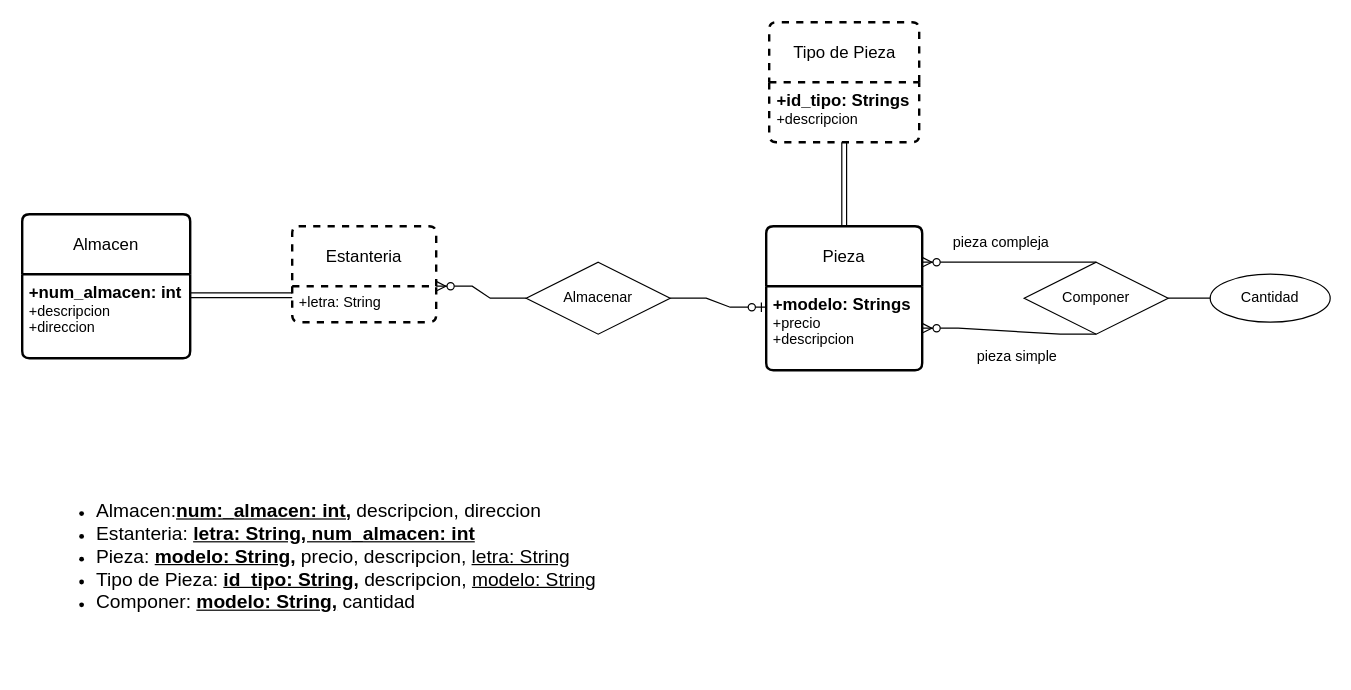
Before: ejercicio5.drawio in AsierGArranz/aga-sru-sa-t-UD12DiagramaER-11102023, a draw.io diagram. Source tidied: cells renumbered, new cells numbered last; positions are measured from the earlier drawing's top-left corner, leaving out a move shared by most shapes. Both pictures are drawn from the tidied source at 120%, with x=0, y=0 at pixel (22, 22).
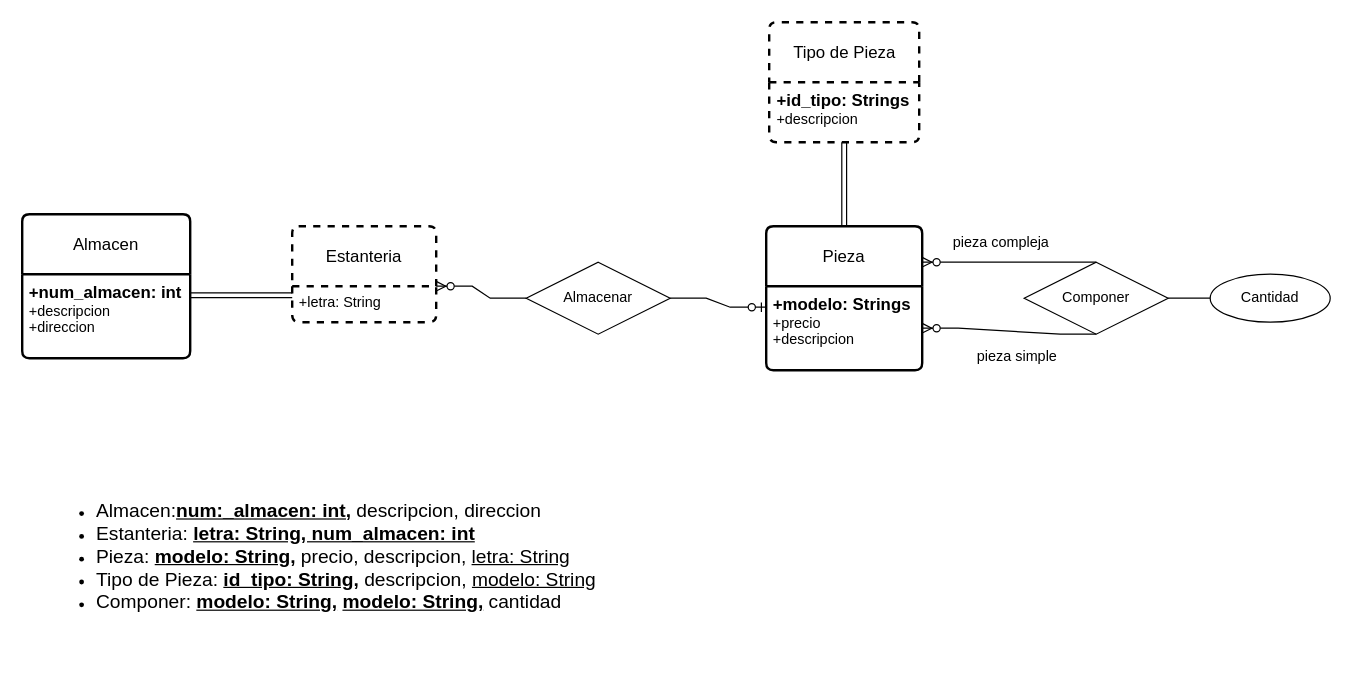
The same diagram, later.

What changed in the source:
```diff
@@
-    <mxCell id="22" value="&lt;ul&gt;&lt;li&gt;&lt;span style=&quot;font-size: 16px;&quot;&gt;Almacen:&lt;u style=&quot;font-weight: bold;&quot;&gt;num:_almacen: int,&lt;/u&gt;&amp;nbsp;descripcion, direccion&lt;/span&gt;&lt;/li&gt;&lt;li&gt;&lt;span style=&quot;font-size: 16px;&quot;&gt;Estanteria: &lt;b&gt;&lt;u&gt;letra: String, num_almacen: int&lt;/u&gt;&lt;/b&gt;&lt;/span&gt;&lt;/li&gt;&lt;li&gt;&lt;span style=&quot;font-size: 16px;&quot;&gt;Pieza: &lt;u style=&quot;font-weight: bold;&quot;&gt;modelo: String,&lt;/u&gt;&amp;nbsp;precio, descripcion, &lt;u&gt;letra: String&lt;/u&gt;&lt;/span&gt;&lt;/li&gt;&lt;li&gt;&lt;span style=&quot;font-size: 16px;&quot;&gt;Tipo de Pieza: &lt;u style=&quot;font-weight: bold;&quot;&gt;id_tipo: String,&lt;/u&gt;&amp;nbsp;descripcion, &lt;u&gt;modelo: String&lt;/u&gt;&lt;/span&gt;&lt;/li&gt;&lt;li&gt;&lt;span style=&quot;font-size: 16px;&quot;&gt;Componer: &lt;u style=&quot;font-weight: bold;&quot;&gt;modelo: String,&lt;/u&gt;&amp;nbsp;cantidad&lt;/span&gt;&lt;/li&gt;&lt;/ul&gt;" style="text;strokeColor=none;fillColor=none;html=1;whiteSpace=wrap;verticalAlign=middle;overflow=hidden;" parent="1" vertex="1">
+    <mxCell id="22" value="&lt;ul&gt;&lt;li&gt;&lt;span style=&quot;font-size: 16px;&quot;&gt;Almacen:&lt;u style=&quot;font-weight: bold;&quot;&gt;num:_almacen: int,&lt;/u&gt;&amp;nbsp;descripcion, direccion&lt;/span&gt;&lt;/li&gt;&lt;li&gt;&lt;span style=&quot;font-size: 16px;&quot;&gt;Estanteria: &lt;b&gt;&lt;u&gt;letra: String, num_almacen: int&lt;/u&gt;&lt;/b&gt;&lt;/span&gt;&lt;/li&gt;&lt;li&gt;&lt;span style=&quot;font-size: 16px;&quot;&gt;Pieza: &lt;u style=&quot;font-weight: bold;&quot;&gt;modelo: String,&lt;/u&gt;&amp;nbsp;precio, descripcion, &lt;u&gt;letra: String&lt;/u&gt;&lt;/span&gt;&lt;/li&gt;&lt;li&gt;&lt;span style=&quot;font-size: 16px;&quot;&gt;Tipo de Pieza: &lt;u style=&quot;font-weight: bold;&quot;&gt;id_tipo: String,&lt;/u&gt;&amp;nbsp;descripcion, &lt;u&gt;modelo: String&lt;/u&gt;&lt;/span&gt;&lt;/li&gt;&lt;li&gt;&lt;span style=&quot;font-size: 16px;&quot;&gt;Componer: &lt;u style=&quot;font-weight: bold;&quot;&gt;modelo: String,&lt;/u&gt;&amp;nbsp;&lt;u style=&quot;border-color: var(--border-color); font-weight: bold;&quot;&gt;modelo: String,&lt;/u&gt;&amp;nbsp;cantidad&lt;/span&gt;&lt;/li&gt;&lt;/ul&gt;" style="text;strokeColor=none;fillColor=none;html=1;whiteSpace=wrap;verticalAlign=middle;overflow=hidden;" parent="1" vertex="1">
       <mxGeometry x="20" y="350" width="640" height="190" as="geometry" />
     </mxCell>
```
